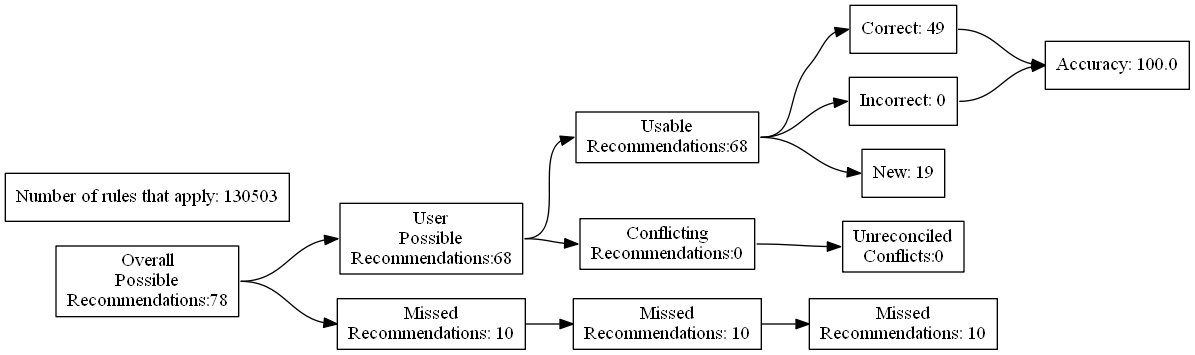
Before: test_renders/44.gv.png, a diagram exported from Graphviz (ZaxR/ibd_diet_analysis). Its source is kept beside it as test_renders/44.gv.
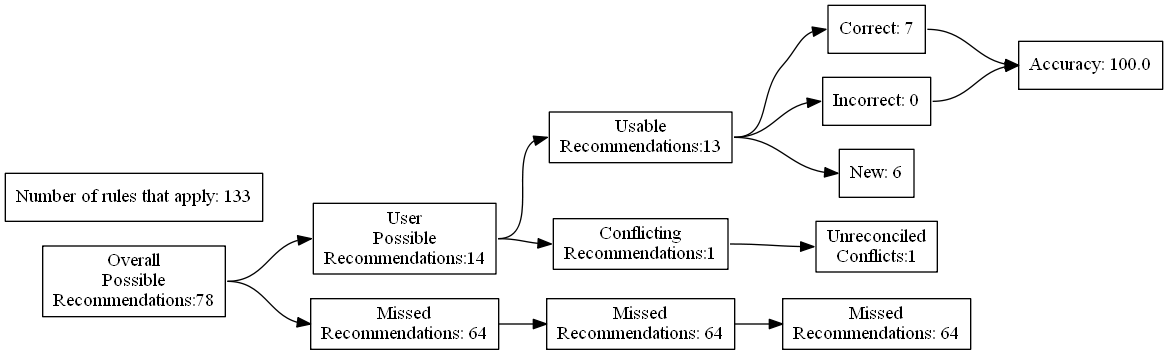
Later version of the same file.

Diff of the diagram source:
```diff
@@ -7,24 +7,24 @@
 Recommendations:78"]
 		B [label="User
 Possible
-Recommendations:68"]
+Recommendations:14"]
 		C [label="Missed
-Recommendations: 10"]
+Recommendations: 64"]
 		D [label="Usable
-Recommendations:68"]
+Recommendations:13"]
 		E [label="Conflicting
-Recommendations:0"]
+Recommendations:1"]
 		J [label="Missed
-Recommendations: 10"]
+Recommendations: 64"]
 		M [label="Unreconciled
-Conflicts:0"]
-		F [label="Correct: 49"]
+Conflicts:1"]
+		F [label="Correct: 7"]
 		G [label="Incorrect: 0"]
-		H [label="New: 19"]
+		H [label="New: 6"]
 		K [label="Missed
-Recommendations: 10"]
+Recommendations: 64"]
 		I [label="Accuracy: 100.0"]
-		l [label="Number of rules that apply: 130503"]
+		l [label="Number of rules that apply: 133"]
 			A -> B
 			A -> C
 			B -> D
```
